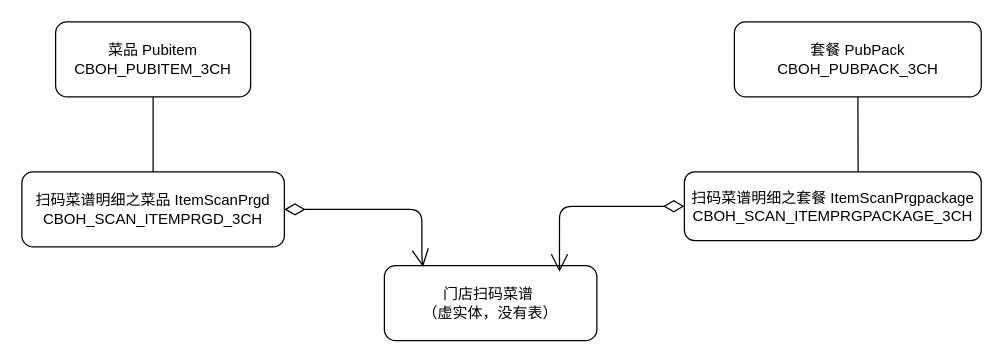
This is 门店扫码菜谱.drawio from liuchenwei2000/diagram, a draw.io file, before an edit. Source tidied: cells renumbered, new cells numbered last; positions are measured from the earlier drawing's top-left corner, leaving out a move shared by most shapes. Both pictures are drawn from the tidied source at 125%, with x=0, y=0 at pixel (21, 21).
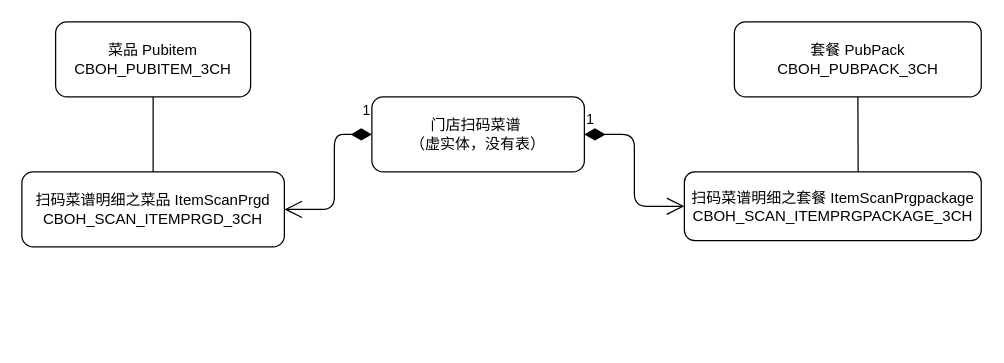
Above is the later version.

Commit message:
Update 门店扫码菜谱.drawio

The edit, as a diff of the source:
```diff
@@
 <mxGraphModel>
   <root>
     <mxCell id="0" />
     <mxCell id="1" parent="0" />
     <mxCell id="2" value="门店扫码菜谱&amp;nbsp;&lt;br&gt;（虚实体，没有表）" style="rounded=1;whiteSpace=wrap;html=1;" parent="1" vertex="1">
-      <mxGeometry x="290" y="195" width="170" height="60" as="geometry" />
+      <mxGeometry x="280" y="60" width="170" height="60" as="geometry" />
     </mxCell>
     <mxCell id="3" value="菜品 Pubitem&lt;br&gt;CBOH_PUBITEM_3CH" style="rounded=1;whiteSpace=wrap;html=1;" parent="1" vertex="1">
       <mxGeometry x="27" width="156" height="60" as="geometry" />
     </mxCell>
-    <mxCell id="4" style="endArrow=open;html=1;endSize=12;startArrow=diamondThin;startSize=14;startFill=0;edgeStyle=orthogonalEdgeStyle;align=left;verticalAlign=bottom;exitX=1;exitY=0.5;exitDx=0;exitDy=0;entryX=0.182;entryY=0.017;entryDx=0;entryDy=0;entryPerimeter=0;" parent="1" edge="1" source="6" target="2">
-      <mxGeometry x="0.07" y="40" relative="1" as="geometry">
-        <Array as="points">
-          <mxPoint x="320" y="150" />
-          <mxPoint x="320" y="190" />
-        </Array>
-        <mxPoint x="40" y="40" as="offset" />
-      </mxGeometry>
-    </mxCell>
     <mxCell id="5" value="扫码菜谱明细之套餐 ItemScanPrgpackage&lt;br&gt;CBOH_SCAN_ITEMPRGPACKAGE_3CH" style="rounded=1;whiteSpace=wrap;html=1;" parent="1" vertex="1">
       <mxGeometry x="530" y="120" width="237.5" height="55" as="geometry" />
     </mxCell>
     <mxCell id="6" value="扫码菜谱明细之菜品 ItemScanPrgd&lt;br&gt;CBOH_SCAN_ITEMPRGD_3CH" style="rounded=1;whiteSpace=wrap;html=1;" parent="1" vertex="1">
       <mxGeometry y="120" width="210" height="60" as="geometry" />
     </mxCell>
     <mxCell id="7" style="endArrow=none;html=1;" parent="1" edge="1" source="9">
       <mxGeometry relative="1" as="geometry">
         <mxPoint x="669" y="120" as="targetPoint" />
       </mxGeometry>
     </mxCell>
     <mxCell id="8" style="endArrow=none;html=1;" parent="1" edge="1">
       <mxGeometry relative="1" as="geometry">
         <mxPoint x="105" y="60" as="sourcePoint" />
         <mxPoint x="105" y="120" as="targetPoint" />
       </mxGeometry>
     </mxCell>
     <mxCell id="9" value="套餐 PubPack&lt;br&gt;CBOH_PUBPACK_3CH" style="rounded=1;whiteSpace=wrap;html=1;" parent="1" vertex="1">
       <mxGeometry x="570" width="197.5" height="60" as="geometry" />
     </mxCell>
-    <mxCell id="10" style="endArrow=open;html=1;endSize=12;startArrow=diamondThin;startSize=14;startFill=0;edgeStyle=orthogonalEdgeStyle;align=left;verticalAlign=bottom;exitX=0;exitY=0.5;exitDx=0;exitDy=0;entryX=0.824;entryY=0.083;entryDx=0;entryDy=0;entryPerimeter=0;" parent="1" edge="1" source="5" target="2">
-      <mxGeometry x="0.07" y="40" relative="1" as="geometry">
-        <Array as="points">
-          <mxPoint x="430" y="148" />
-        </Array>
-        <mxPoint x="40" y="40" as="offset" />
-      </mxGeometry>
-    </mxCell>
+    <mxCell id="11" value="1" style="endArrow=open;html=1;endSize=12;startArrow=diamondThin;startSize=14;startFill=1;edgeStyle=orthogonalEdgeStyle;align=left;verticalAlign=bottom;exitX=0;exitY=0.5;exitDx=0;exitDy=0;entryX=1;entryY=0.5;entryDx=0;entryDy=0;" parent="1" edge="1" source="2" target="6">
+      <mxGeometry x="-0.86" y="-10" relative="1" as="geometry">
+        <Array as="points">
+          <mxPoint x="250" y="90" />
+          <mxPoint x="250" y="150" />
+        </Array>
+      </mxGeometry>
+    </mxCell>
+    <mxCell id="12" value="1" style="endArrow=open;html=1;endSize=12;startArrow=diamondThin;startSize=14;startFill=1;edgeStyle=orthogonalEdgeStyle;align=left;verticalAlign=bottom;exitX=1;exitY=0.5;exitDx=0;exitDy=0;entryX=0;entryY=0.5;entryDx=0;entryDy=0;" parent="1" edge="1" source="2" target="5">
+      <mxGeometry x="-1" y="3" relative="1" as="geometry" />
+    </mxCell>
   </root>
 </mxGraphModel>
```
